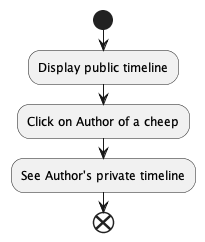
The PlantUML diagram docs/diagrams/ActivityDiagramNotAuthorised.png in ITU-BDSA23-GROUP9/Chirp, before a commit.
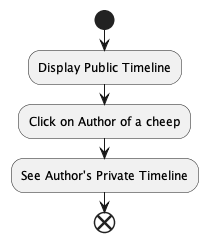
Later version of the same file.

Diff of the diagram source:
```diff
@@ -1,7 +1,7 @@
 @startuml
 start
-:Display public timeline;
+:Display Public Timeline;
 :Click on Author of a cheep;
-:See Author's private timeline;
+:See Author's Private Timeline;
 end
 @enduml
```
